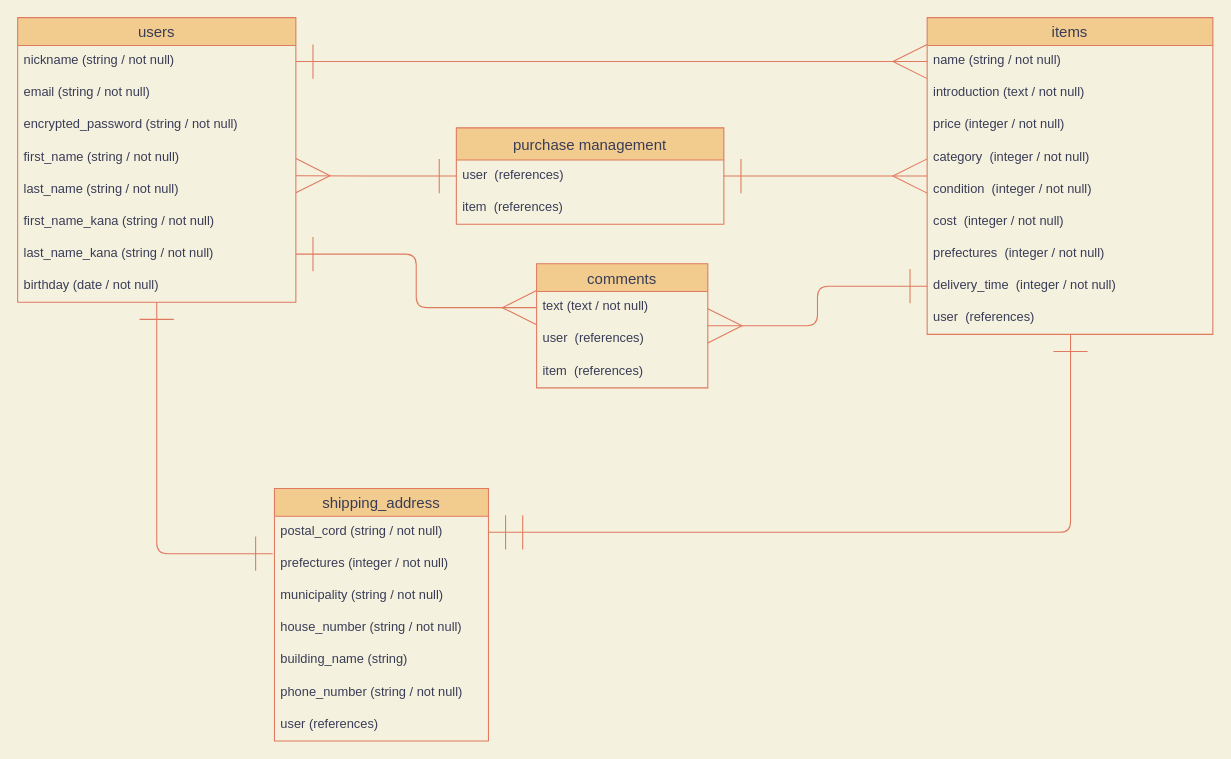
Earlier version of the draw.io diagram furima-35145.dio (DaisukeM0704/furima-35145). Source tidied: cells renumbered, new cells numbered last; positions are measured from the earlier drawing's top-left corner, leaving out a move shared by most shapes. Both pictures are drawn from the tidied source at 107%, with x=0, y=0 at pixel (17, 17).
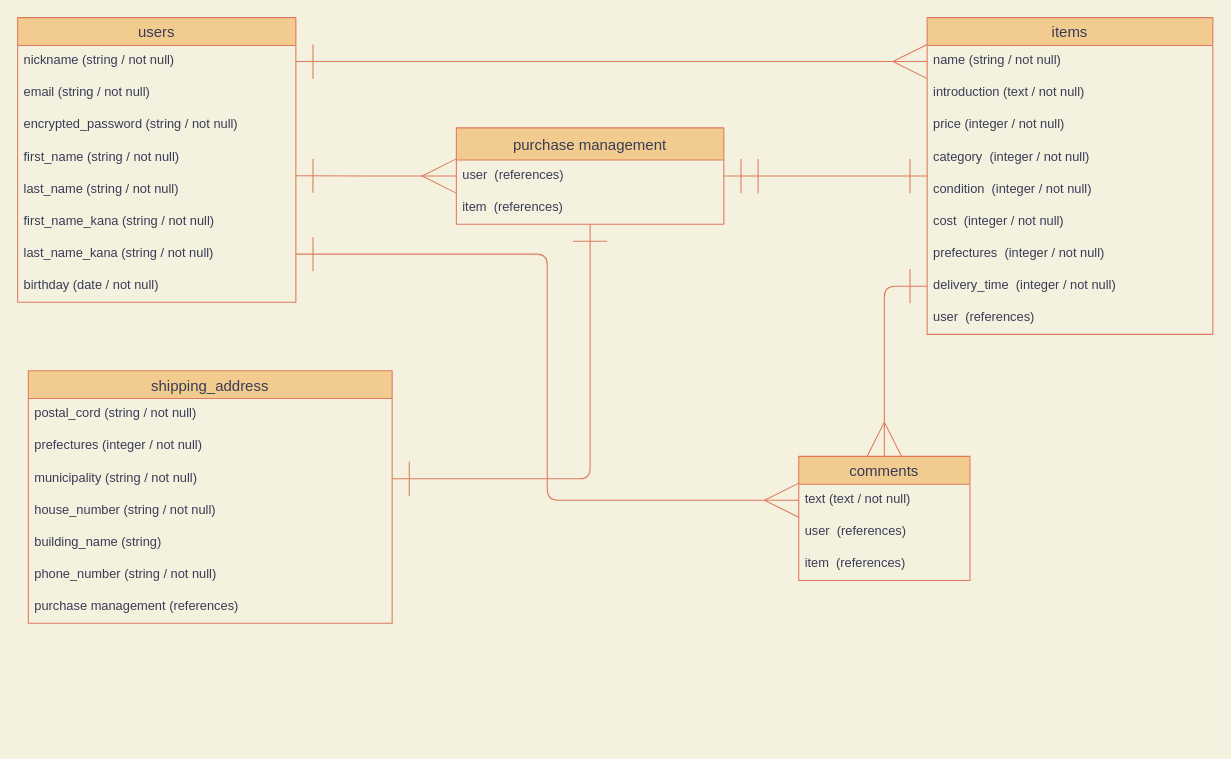
The same diagram, later.

Commit message (it also covers changes not shown here):
データベース設計(3回目)

The change refers to these unchanged cells:
```xml
<mxCell id="3" value="items" style="swimlane;fontStyle=0;horizontal=1;startSize=26;align=center;fontSize=14;fillColor=#F2CC8F;strokeColor=#E07A5F;fontColor=#393C56;" parent="1" vertex="1">
  <mxGeometry x="850" width="267" height="296" as="geometry" />
</mxCell>
<mxCell id="12" value="user  (references)" style="text;strokeColor=none;fillColor=none;spacingLeft=4;spacingRight=4;overflow=hidden;points=[[0,0.5],[1,0.5]];portConstraint=eastwest;fontSize=12;fontColor=#393C56;" parent="3" vertex="1">
  <mxGeometry y="266" width="267" height="30" as="geometry" />
</mxCell>
<mxCell id="14" value="users" style="swimlane;fontStyle=0;horizontal=1;startSize=26;align=center;fontSize=14;fillColor=#F2CC8F;strokeColor=#E07A5F;fontColor=#393C56;" parent="1" vertex="1">
  <mxGeometry width="260" height="266" as="geometry" />
</mxCell>
<mxCell id="19" value="last_name (string / not null)" style="text;strokeColor=none;fillColor=none;spacingLeft=4;spacingRight=4;overflow=hidden;points=[[0,0.5],[1,0.5]];portConstraint=eastwest;fontSize=12;fontColor=#393C56;" parent="14" vertex="1">
  <mxGeometry y="146" width="260" height="30" as="geometry" />
</mxCell>
<mxCell id="37" value="purchase management" style="swimlane;fontStyle=0;horizontal=1;startSize=30;align=center;fontSize=14;rounded=0;sketch=0;strokeColor=#E07A5F;fillColor=#F2CC8F;fontColor=#393C56;" parent="1" vertex="1">
  <mxGeometry x="410" y="103" width="250" height="90" as="geometry" />
</mxCell>
<mxCell id="38" value="user  (references)" style="text;strokeColor=none;fillColor=none;spacingLeft=4;spacingRight=4;overflow=hidden;points=[[0,0.5],[1,0.5]];portConstraint=eastwest;fontSize=12;fontColor=#393C56;" parent="37" vertex="1">
  <mxGeometry y="30" width="250" height="30" as="geometry" />
</mxCell>
```

Change to the diagram source:
```diff
@@
-    <mxCell id="2" style="edgeStyle=orthogonalEdgeStyle;curved=0;rounded=1;sketch=0;jettySize=auto;html=1;startArrow=ERmany;startFill=0;startSize=30;endArrow=ERone;endFill=0;endSize=30;strokeColor=#E07A5F;fillColor=#F2CC8F;fontColor=#393C56;" parent="1" edge="1" source="3" target="38">
+    <mxCell id="2" style="edgeStyle=orthogonalEdgeStyle;curved=0;rounded=1;sketch=0;jettySize=auto;html=1;startArrow=ERone;startFill=0;startSize=30;endArrow=ERmandOne;endFill=0;endSize=30;strokeColor=#E07A5F;fillColor=#F2CC8F;fontColor=#393C56;" parent="1" edge="1" source="3" target="38">
       <mxGeometry relative="1" as="geometry" />
     </mxCell>
@@
-    <mxCell id="13" style="edgeStyle=orthogonalEdgeStyle;curved=0;rounded=1;sketch=0;jettySize=auto;html=1;entryX=-0.008;entryY=0.167;entryDx=0;entryDy=0;entryPerimeter=0;startArrow=ERone;startFill=0;startSize=30;endArrow=ERone;endFill=0;endSize=30;strokeColor=#E07A5F;fillColor=#F2CC8F;fontColor=#393C56;" parent="1" edge="1" source="14" target="25">
-      <mxGeometry relative="1" as="geometry" />
-    </mxCell>
@@
     <mxCell id="23" value="shipping_address" style="swimlane;fontStyle=0;horizontal=1;startSize=26;align=center;fontSize=14;fillColor=#F2CC8F;strokeColor=#E07A5F;fontColor=#393C56;" parent="1" vertex="1">
-      <mxGeometry x="240" y="440" width="200" height="236" as="geometry" />
+      <mxGeometry x="10" y="330" width="340" height="236" as="geometry" />
     </mxCell>
     <mxCell id="24" value="postal_cord (string / not null)" style="text;strokeColor=none;fillColor=none;spacingLeft=4;spacingRight=4;overflow=hidden;points=[[0,0.5],[1,0.5]];portConstraint=eastwest;fontSize=12;fontColor=#393C56;" parent="23" vertex="1">
-      <mxGeometry y="26" width="200" height="30" as="geometry" />
+      <mxGeometry y="26" width="340" height="30" as="geometry" />
     </mxCell>
     <mxCell id="25" value="prefectures (integer / not null)" style="text;strokeColor=none;fillColor=none;spacingLeft=4;spacingRight=4;overflow=hidden;points=[[0,0.5],[1,0.5]];portConstraint=eastwest;fontSize=12;fontColor=#393C56;" parent="23" vertex="1">
-      <mxGeometry y="56" width="200" height="30" as="geometry" />
+      <mxGeometry y="56" width="340" height="30" as="geometry" />
     </mxCell>
     <mxCell id="26" value="municipality (string / not null)" style="text;strokeColor=none;fillColor=none;spacingLeft=4;spacingRight=4;overflow=hidden;points=[[0,0.5],[1,0.5]];portConstraint=eastwest;fontSize=12;fontColor=#393C56;" parent="23" vertex="1">
-      <mxGeometry y="86" width="200" height="30" as="geometry" />
+      <mxGeometry y="86" width="340" height="30" as="geometry" />
     </mxCell>
     <mxCell id="27" value="house_number (string / not null)" style="text;strokeColor=none;fillColor=none;spacingLeft=4;spacingRight=4;overflow=hidden;fontSize=12;fontColor=#393C56;" parent="23" vertex="1">
-      <mxGeometry y="116" width="200" height="30" as="geometry" />
+      <mxGeometry y="116" width="340" height="30" as="geometry" />
     </mxCell>
     <mxCell id="28" value="building_name (string)" style="text;strokeColor=none;fillColor=none;spacingLeft=4;spacingRight=4;overflow=hidden;fontSize=12;fontColor=#393C56;" parent="23" vertex="1">
-      <mxGeometry y="146" width="200" height="30" as="geometry" />
+      <mxGeometry y="146" width="340" height="30" as="geometry" />
     </mxCell>
     <mxCell id="29" value="phone_number (string / not null)" style="text;strokeColor=none;fillColor=none;spacingLeft=4;spacingRight=4;overflow=hidden;fontSize=12;fontColor=#393C56;" parent="23" vertex="1">
-      <mxGeometry y="176" width="200" height="30" as="geometry" />
+      <mxGeometry y="176" width="340" height="30" as="geometry" />
     </mxCell>
-    <mxCell id="30" value="user (references)" style="text;strokeColor=none;fillColor=none;spacingLeft=4;spacingRight=4;overflow=hidden;fontSize=12;fontColor=#393C56;" parent="23" vertex="1">
-      <mxGeometry y="206" width="200" height="30" as="geometry" />
+    <mxCell id="30" value="purchase management (references)" style="text;strokeColor=none;fillColor=none;spacingLeft=4;spacingRight=4;overflow=hidden;fontSize=12;fontColor=#393C56;" parent="23" vertex="1">
+      <mxGeometry y="206" width="340" height="30" as="geometry" />
     </mxCell>
@@
     <mxCell id="32" value="comments" style="swimlane;fontStyle=0;horizontal=1;startSize=26;align=center;fontSize=14;fillColor=#F2CC8F;strokeColor=#E07A5F;fontColor=#393C56;" parent="1" vertex="1">
-      <mxGeometry x="485" y="230" width="160" height="116" as="geometry" />
+      <mxGeometry x="730" y="410" width="160" height="116" as="geometry" />
     </mxCell>
@@
+    <mxCell id="43" style="edgeStyle=orthogonalEdgeStyle;curved=0;rounded=1;sketch=0;jettySize=auto;html=1;entryX=1;entryY=0.5;entryDx=0;entryDy=0;startArrow=ERone;startFill=0;startSize=30;endArrow=ERone;endFill=0;endSize=30;strokeColor=#E07A5F;fillColor=#F2CC8F;fontColor=#393C56;" parent="1" edge="1" source="37" target="26">
+      <mxGeometry relative="1" as="geometry" />
+    </mxCell>
@@
-    <mxCell id="40" style="edgeStyle=orthogonalEdgeStyle;curved=0;rounded=1;sketch=0;jettySize=auto;html=1;exitX=0;exitY=0.5;exitDx=0;exitDy=0;entryX=1;entryY=0.056;entryDx=0;entryDy=0;entryPerimeter=0;startArrow=ERone;startFill=0;startSize=30;endArrow=ERmany;endFill=0;endSize=30;strokeColor=#E07A5F;fillColor=#F2CC8F;fontColor=#393C56;" parent="1" edge="1" source="38" target="19">
+    <mxCell id="40" style="edgeStyle=orthogonalEdgeStyle;curved=0;rounded=1;sketch=0;jettySize=auto;html=1;exitX=0;exitY=0.5;exitDx=0;exitDy=0;entryX=1;entryY=0.056;entryDx=0;entryDy=0;entryPerimeter=0;startArrow=ERmany;startFill=0;startSize=30;endArrow=ERone;endFill=0;endSize=30;strokeColor=#E07A5F;fillColor=#F2CC8F;fontColor=#393C56;" parent="1" edge="1" source="38" target="19">
       <mxGeometry relative="1" as="geometry" />
     </mxCell>
@@
-    <mxCell id="42" style="edgeStyle=orthogonalEdgeStyle;curved=0;rounded=1;sketch=0;jettySize=auto;html=1;exitX=1;exitY=0.5;exitDx=0;exitDy=0;startArrow=ERmandOne;startFill=0;startSize=30;endArrow=ERone;endFill=0;endSize=30;strokeColor=#E07A5F;fillColor=#F2CC8F;fontColor=#393C56;" parent="1" edge="1" source="24" target="12">
-      <mxGeometry relative="1" as="geometry">
-        <Array as="points">
-          <mxPoint x="984" y="481" />
-        </Array>
-      </mxGeometry>
-    </mxCell>
```
